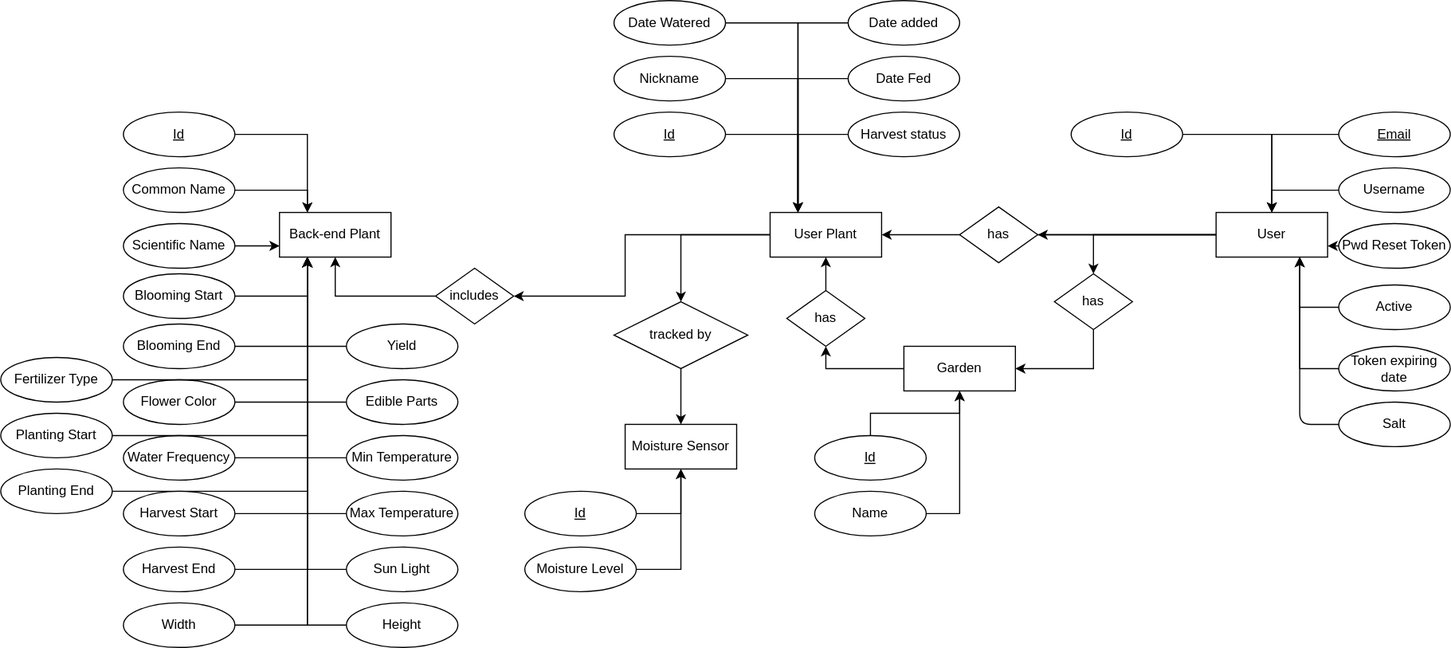
Above: docs/assets/svg/architecturalDiagrams/EERM.drawio.svg in Green-Fingers-App/gardeningApp (draw.io), before the change. Source tidied: cells renumbered, new cells last; positions are measured from the earlier drawing's top-left corner, leaving out a move shared by most shapes.
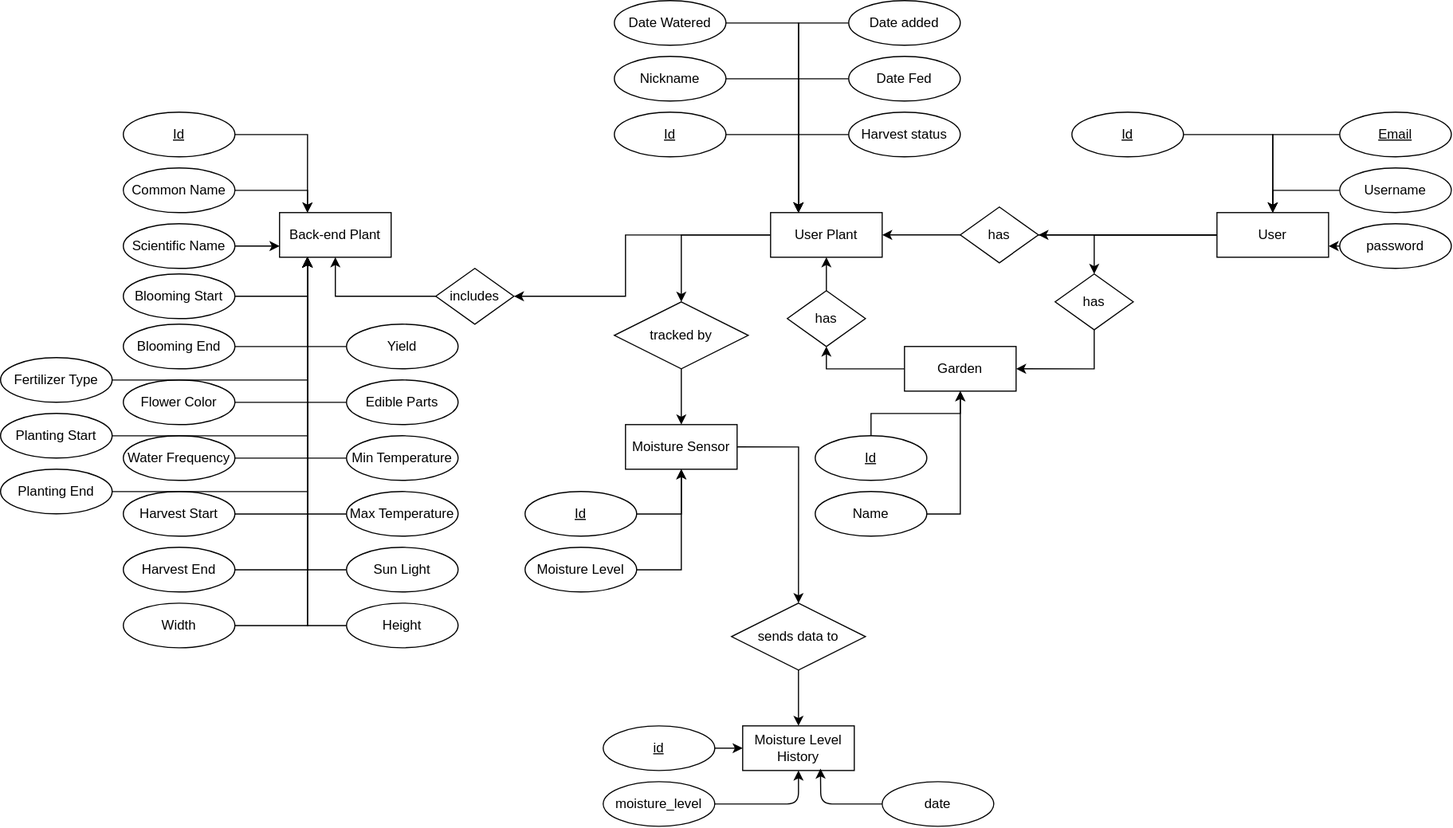
Above is the later version.

The edit, as a diff of the source:
```diff
@@ -230,24 +230,6 @@
     <mxCell id="63" value="Username" style="ellipse;whiteSpace=wrap;html=1;align=center;" parent="1" vertex="1">
       <mxGeometry x="1200" y="150" width="100" height="40" as="geometry" />
     </mxCell>
-    <mxCell id="64" style="edgeStyle=orthogonalEdgeStyle;rounded=0;jettySize=auto;html=1;exitX=0;exitY=0.5;exitDx=0;exitDy=0;entryX=1;entryY=0.75;entryDx=0;entryDy=0;" parent="1" edge="1" source="65" target="9">
-      <mxGeometry relative="1" as="geometry" />
-    </mxCell>
-    <mxCell id="65" value="Pwd Reset Token" style="ellipse;whiteSpace=wrap;html=1;align=center;" parent="1" vertex="1">
-      <mxGeometry x="1200" y="200" width="100" height="40" as="geometry" />
-    </mxCell>
-    <mxCell id="66" style="edgeStyle=orthogonalEdgeStyle;rounded=0;jettySize=auto;html=1;entryX=0.75;entryY=1;entryDx=0;entryDy=0;" parent="1" edge="1" source="67" target="9">
-      <mxGeometry relative="1" as="geometry" />
-    </mxCell>
-    <mxCell id="67" value="Active" style="ellipse;whiteSpace=wrap;html=1;align=center;" parent="1" vertex="1">
-      <mxGeometry x="1200" y="255" width="100" height="40" as="geometry" />
-    </mxCell>
-    <mxCell id="68" style="edgeStyle=orthogonalEdgeStyle;rounded=0;jettySize=auto;html=1;entryX=0.75;entryY=1;entryDx=0;entryDy=0;" parent="1" edge="1" source="69" target="9">
-      <mxGeometry relative="1" as="geometry" />
-    </mxCell>
-    <mxCell id="69" value="Token expiring date" style="ellipse;whiteSpace=wrap;html=1;align=center;" parent="1" vertex="1">
-      <mxGeometry x="1200" y="310" width="100" height="40" as="geometry" />
-    </mxCell>
     <mxCell id="70" style="edgeStyle=orthogonalEdgeStyle;rounded=0;jettySize=auto;html=1;entryX=0.5;entryY=1;entryDx=0;entryDy=0;" parent="1" edge="1" source="71" target="21">
       <mxGeometry relative="1" as="geometry" />
     </mxCell>
@@ -338,15 +320,56 @@
     <mxCell id="91" value="has" style="shape=rhombus;perimeter=rhombusPerimeter;whiteSpace=wrap;html=1;align=center;" parent="1" vertex="1">
       <mxGeometry x="860" y="185" width="70" height="50" as="geometry" />
     </mxCell>
+    <mxCell id="94" style="edgeStyle=none;html=1;exitX=0;exitY=0.5;exitDx=0;exitDy=0;entryX=1;entryY=0.75;entryDx=0;entryDy=0;" parent="1" edge="1" source="92" target="9">
+      <mxGeometry relative="1" as="geometry" />
+    </mxCell>
-    <mxCell id="92" style="edgeStyle=none;html=1;entryX=0.75;entryY=1;entryDx=0;entryDy=0;" parent="1" edge="1" source="93" target="9">
-      <mxGeometry relative="1" as="geometry">
-        <Array as="points">
-          <mxPoint x="1165" y="380" />
-        </Array>
-      </mxGeometry>
+    <mxCell id="92" value="password" style="ellipse;whiteSpace=wrap;html=1;align=center;" parent="1" vertex="1">
+      <mxGeometry x="1200" y="200" width="100" height="40" as="geometry" />
     </mxCell>
-    <mxCell id="93" value="Salt" style="ellipse;whiteSpace=wrap;html=1;align=center;" parent="1" vertex="1">
-      <mxGeometry x="1200" y="360" width="100" height="40" as="geometry" />
-    </mxCell>
+    <mxCell id="95" style="edgeStyle=none;html=1;" parent="1" edge="1" source="96">
+      <mxGeometry relative="1" as="geometry">
+        <mxPoint x="715" y="650" as="targetPoint" />
+      </mxGeometry>
+    </mxCell>
+    <mxCell id="96" value="sends data to" style="shape=rhombus;perimeter=rhombusPerimeter;whiteSpace=wrap;html=1;align=center;" parent="1" vertex="1">
+      <mxGeometry x="655" y="540" width="120" height="60" as="geometry" />
+    </mxCell>
+    <mxCell id="97" style="edgeStyle=orthogonalEdgeStyle;rounded=0;jettySize=auto;html=1;entryX=0.5;entryY=1;entryDx=0;entryDy=0;exitX=1;exitY=0.5;exitDx=0;exitDy=0;" parent="1" edge="1" source="82">
+      <mxGeometry relative="1" as="geometry">
+        <mxPoint x="715" y="540" as="targetPoint" />
+        <Array as="points">
+          <mxPoint x="715" y="400" />
+        </Array>
+      </mxGeometry>
+    </mxCell>
+    <mxCell id="98" value="Moisture Level History" style="whiteSpace=wrap;html=1;align=center;" parent="1" vertex="1">
+      <mxGeometry x="665" y="650" width="100" height="40" as="geometry" />
+    </mxCell>
+    <mxCell id="99" style="edgeStyle=none;html=1;" parent="1" edge="1" source="100" target="98">
+      <mxGeometry relative="1" as="geometry" />
+    </mxCell>
+    <mxCell id="100" value="id" style="ellipse;whiteSpace=wrap;html=1;align=center;fontStyle=4;" parent="1" vertex="1">
+      <mxGeometry x="540" y="650" width="100" height="40" as="geometry" />
+    </mxCell>
+    <mxCell id="101" style="edgeStyle=none;html=1;entryX=0.5;entryY=1;entryDx=0;entryDy=0;" parent="1" edge="1" source="102" target="98">
+      <mxGeometry relative="1" as="geometry">
+        <Array as="points">
+          <mxPoint x="715" y="720" />
+        </Array>
+      </mxGeometry>
+    </mxCell>
+    <mxCell id="102" value="moisture_level" style="ellipse;whiteSpace=wrap;html=1;align=center;" parent="1" vertex="1">
+      <mxGeometry x="540" y="700" width="100" height="40" as="geometry" />
+    </mxCell>
+    <mxCell id="103" value="date" style="ellipse;whiteSpace=wrap;html=1;align=center;" parent="1" vertex="1">
+      <mxGeometry x="790" y="700" width="100" height="40" as="geometry" />
+    </mxCell>
+    <mxCell id="104" style="edgeStyle=none;html=1;entryX=0.697;entryY=0.958;entryDx=0;entryDy=0;entryPerimeter=0;" parent="1" edge="1" source="103" target="98">
+      <mxGeometry relative="1" as="geometry">
+        <Array as="points">
+          <mxPoint x="735" y="720" />
+        </Array>
+      </mxGeometry>
+    </mxCell>
   </root>
 </mxGraphModel>
```
